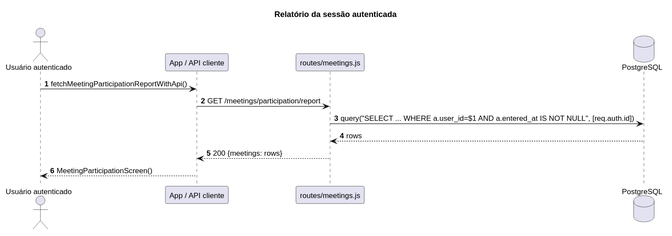
skzun/BRTPDS2 keeps this PlantUML diagram as docs/Diagramas/ENTREGA_DEFINITIVA/renderizados/seq-relatorio-participacao.svg. Above is the earlier version. Its source is kept beside it as docs/Diagramas/ENTREGA_DEFINITIVA/fontes/seq-relatorio-participacao.puml.
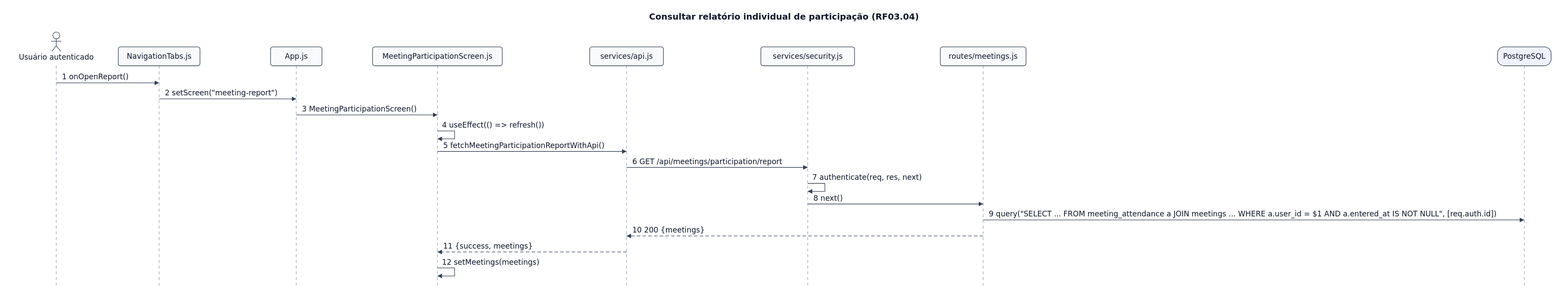
Above is the later version.

What changed in the source:
```diff
@@ -1,17 +1,34 @@
 @startuml
 !pragma layout smetana
+skinparam backgroundColor white
 skinparam shadowing false
+skinparam defaultFontName SansSerif
 skinparam defaultFontSize 13
-title Relatório da sessão autenticada
+skinparam ArrowColor #334155
+skinparam roundcorner 5
+skinparam dpi 130
+skinparam sequenceMessageAlign left
+hide footbox
 autonumber
+title Consultar relatório individual de participação (RF03.04)
 actor "Usuário autenticado" as U
-participant "App / API cliente" as App
-participant "routes/meetings.js" as API
-database PostgreSQL as DB
-U -> App: fetchMeetingParticipationReportWithApi()
-App -> API: GET /meetings/participation/report
-API -> DB: query("SELECT ... WHERE a.user_id=$1 AND a.entered_at IS NOT NULL", [req.auth.id])
-DB --> API: rows
-API --> App: 200 {meetings: rows}
-App --> U: MeetingParticipationScreen()
+participant "NavigationTabs.js" as Nav
+participant "App.js" as App
+participant "MeetingParticipationScreen.js" as UI
+participant "services/api.js" as Api
+participant "services/security.js" as Sec
+participant "routes/meetings.js" as R
+database "PostgreSQL" as DB
+U -> Nav : onOpenReport()
+Nav -> App : setScreen("meeting-report")
+App -> UI : MeetingParticipationScreen()
+UI -> UI : useEffect(() => refresh())
+UI -> Api : fetchMeetingParticipationReportWithApi()
+Api -> Sec : GET /api/meetings/participation/report
+Sec -> Sec : authenticate(req, res, next)
+Sec -> R : next()
+R -> DB : query("SELECT ... FROM meeting_attendance a JOIN meetings ... WHERE a.user_id = $1 AND a.entered_at IS NOT NULL", [req.auth.id])
+R --> Api : 200 {meetings}
+Api --> UI : {success, meetings}
+UI -> UI : setMeetings(meetings)
 @enduml
```
